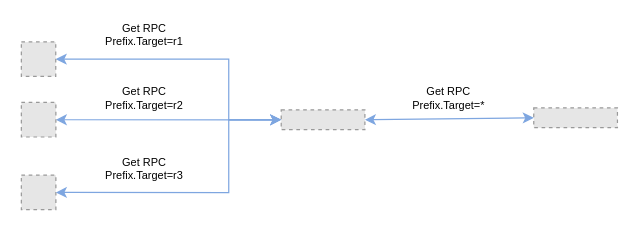
The draw.io diagram page "Page-2" (2 of 2) of diagrams/gnmi_server.drawio in karimra/gnmic, before the edit. Source tidied: cells renumbered, new cells numbered last; positions are measured from the earlier drawing's top-left corner, leaving out a move shared by most shapes. Both pictures are drawn from the tidied source at 122%, with x=0, y=0 at pixel (21, 22). Pictures stored in the file or linked from it are replaced by grey dashed boxes.
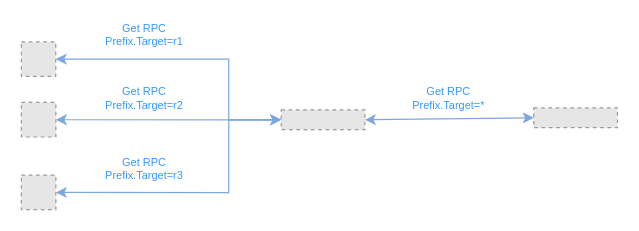
The same page after the edit.

Diff of the diagram source:
```diff
@@
 <mxGraphModel>
   <root>
     <mxCell id="0" />
     <mxCell id="1" parent="0" />
     <mxCell id="2" style="rounded=0;jettySize=auto;html=1;exitX=1;exitY=0.5;exitDx=0;exitDy=0;entryX=0;entryY=0.5;entryDx=0;entryDy=0;strokeColor=#7EA6E0;startArrow=classic;startFill=1;edgeStyle=orthogonalEdgeStyle;" parent="1" edge="1" source="3" target="6">
       <mxGeometry relative="1" as="geometry">
         <Array as="points">
           <mxPoint x="170" y="30" />
           <mxPoint x="170" y="80" />
         </Array>
       </mxGeometry>
     </mxCell>
     <mxCell id="3" style="fillColor=#E6E6E6;strokeColor=#999999;dashed=1;verticalLabelPosition=bottom;labelBackgroundColor=#ffffff;verticalAlign=top;" parent="1" vertex="1">
       <mxGeometry y="15.9" width="28.2" height="28.2" as="geometry" />
     </mxCell>
     <mxCell id="4" style="edgeStyle=orthogonalEdgeStyle;rounded=0;jettySize=auto;html=1;exitX=1;exitY=0.5;exitDx=0;exitDy=0;strokeColor=#7EA6E0;entryX=0;entryY=0.5;entryDx=0;entryDy=0;startArrow=classic;startFill=1;" parent="1" edge="1" source="5" target="6">
       <mxGeometry relative="1" as="geometry" />
     </mxCell>
     <mxCell id="5" style="fillColor=#E6E6E6;strokeColor=#999999;dashed=1;verticalLabelPosition=bottom;labelBackgroundColor=#ffffff;verticalAlign=top;" parent="1" vertex="1">
       <mxGeometry y="65.5" width="28.3" height="28.3" as="geometry" />
     </mxCell>
     <mxCell id="6" style="fillColor=#E6E6E6;strokeColor=#999999;dashed=1;verticalLabelPosition=bottom;labelBackgroundColor=#ffffff;verticalAlign=top;" parent="1" vertex="1">
       <mxGeometry x="213" y="71.6" width="68.6" height="16.2" as="geometry" />
     </mxCell>
     <mxCell id="7" style="fillColor=#E6E6E6;strokeColor=#999999;dashed=1;verticalLabelPosition=bottom;labelBackgroundColor=#ffffff;verticalAlign=top;" parent="1" vertex="1">
       <mxGeometry x="420" y="70" width="68.6" height="16.2" as="geometry" />
     </mxCell>
     <mxCell id="8" style="fillColor=#E6E6E6;strokeColor=#999999;dashed=1;verticalLabelPosition=bottom;labelBackgroundColor=#ffffff;verticalAlign=top;" parent="1" vertex="1">
       <mxGeometry y="125.1" width="28.3" height="28.3" as="geometry" />
     </mxCell>
     <mxCell id="9" style="rounded=0;jettySize=auto;html=1;exitX=1;exitY=0.5;exitDx=0;exitDy=0;strokeColor=#7EA6E0;entryX=0;entryY=0.5;entryDx=0;entryDy=0;startArrow=classic;startFill=1;edgeStyle=orthogonalEdgeStyle;" parent="1" edge="1" source="8" target="6">
       <mxGeometry relative="1" as="geometry">
         <Array as="points">
           <mxPoint x="170" y="139" />
           <mxPoint x="170" y="80" />
         </Array>
       </mxGeometry>
     </mxCell>
     <mxCell id="10" style="rounded=0;jettySize=auto;html=1;strokeColor=#7EA6E0;entryX=0;entryY=0.5;entryDx=0;entryDy=0;startArrow=classic;startFill=1;exitX=1;exitY=0.5;exitDx=0;exitDy=0;" parent="1" edge="1" source="6" target="7">
       <mxGeometry relative="1" as="geometry" />
     </mxCell>
-    <mxCell id="11" value="Get RPC&lt;br style=&quot;font-size: 9px;&quot;&gt;Prefix.Target=*" style="text;html=1;strokeColor=none;fillColor=none;align=center;verticalAlign=middle;rounded=0;shadow=0;glass=0;sketch=0;fontSize=9;" parent="1" vertex="1">
+    <mxCell id="11" value="Get RPC&lt;br style=&quot;font-size: 9px;&quot;&gt;Prefix.Target=*" style="text;html=1;strokeColor=none;fillColor=none;align=center;verticalAlign=middle;rounded=0;shadow=0;glass=0;sketch=0;fontSize=9;fontColor=#3399FF;" parent="1" vertex="1">
       <mxGeometry x="290" y="51.6" width="120" height="20" as="geometry" />
     </mxCell>
-    <mxCell id="12" value="Get RPC&lt;br style=&quot;font-size: 9px;&quot;&gt;Prefix.Target=r1" style="text;html=1;strokeColor=none;fillColor=none;align=center;verticalAlign=middle;whiteSpace=wrap;rounded=0;shadow=0;glass=0;sketch=0;fontSize=9;" parent="1" vertex="1">
+    <mxCell id="12" value="Get RPC&lt;br style=&quot;font-size: 9px;&quot;&gt;Prefix.Target=r1" style="text;html=1;strokeColor=none;fillColor=none;align=center;verticalAlign=middle;whiteSpace=wrap;rounded=0;shadow=0;glass=0;sketch=0;fontSize=9;fontColor=#3399FF;" parent="1" vertex="1">
       <mxGeometry x="60" width="81.8" height="20" as="geometry" />
     </mxCell>
-    <mxCell id="13" value="Get RPC&lt;br style=&quot;font-size: 9px;&quot;&gt;Prefix.Target=r2" style="text;html=1;strokeColor=none;fillColor=none;align=center;verticalAlign=middle;whiteSpace=wrap;rounded=0;shadow=0;glass=0;sketch=0;fontSize=9;" parent="1" vertex="1">
+    <mxCell id="13" value="Get RPC&lt;br style=&quot;font-size: 9px;&quot;&gt;Prefix.Target=r2" style="text;html=1;strokeColor=none;fillColor=none;align=center;verticalAlign=middle;whiteSpace=wrap;rounded=0;shadow=0;glass=0;sketch=0;fontSize=9;fontColor=#3399FF;" parent="1" vertex="1">
       <mxGeometry x="60" y="51.6" width="81.8" height="20" as="geometry" />
     </mxCell>
-    <mxCell id="14" value="Get RPC&lt;br style=&quot;font-size: 9px;&quot;&gt;Prefix.Target=r3" style="text;html=1;strokeColor=none;fillColor=none;align=center;verticalAlign=middle;whiteSpace=wrap;rounded=0;shadow=0;glass=0;sketch=0;fontSize=9;" parent="1" vertex="1">
+    <mxCell id="14" value="Get RPC&lt;br style=&quot;font-size: 9px;&quot;&gt;Prefix.Target=r3" style="text;html=1;strokeColor=none;fillColor=none;align=center;verticalAlign=middle;whiteSpace=wrap;rounded=0;shadow=0;glass=0;sketch=0;fontSize=9;fontColor=#3399FF;" parent="1" vertex="1">
       <mxGeometry x="60" y="110" width="81.8" height="20" as="geometry" />
     </mxCell>
   </root>
 </mxGraphModel>
```
